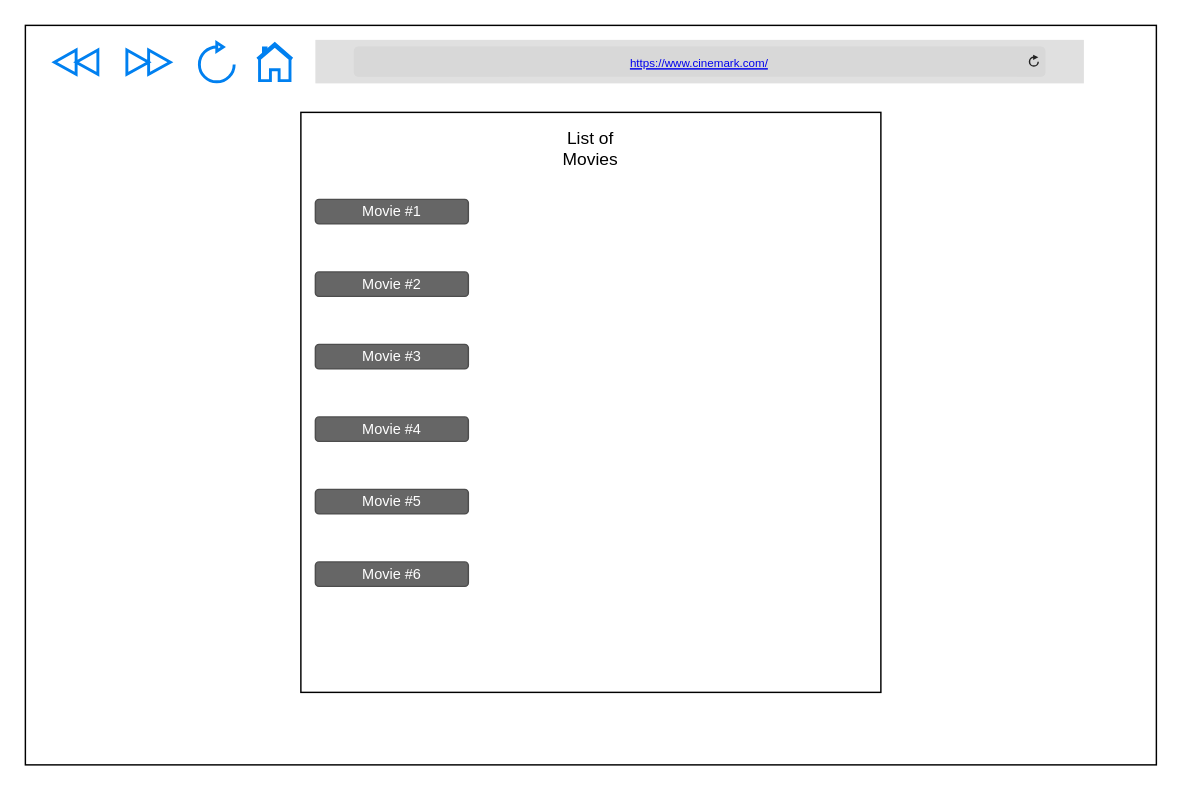
This is page "WireFrame for Movie App" (2 of 2) of HW 1 Use Case Movie App.drawio from Vicapone/Web-Based-Applications, a draw.io file, before an edit. Source tidied: cells renumbered, new cells numbered last; positions are measured from the earlier drawing's top-left corner, leaving out a move shared by most shapes. Both pictures are drawn from the tidied source at 145%, with x=0, y=0 at pixel (25, 25).
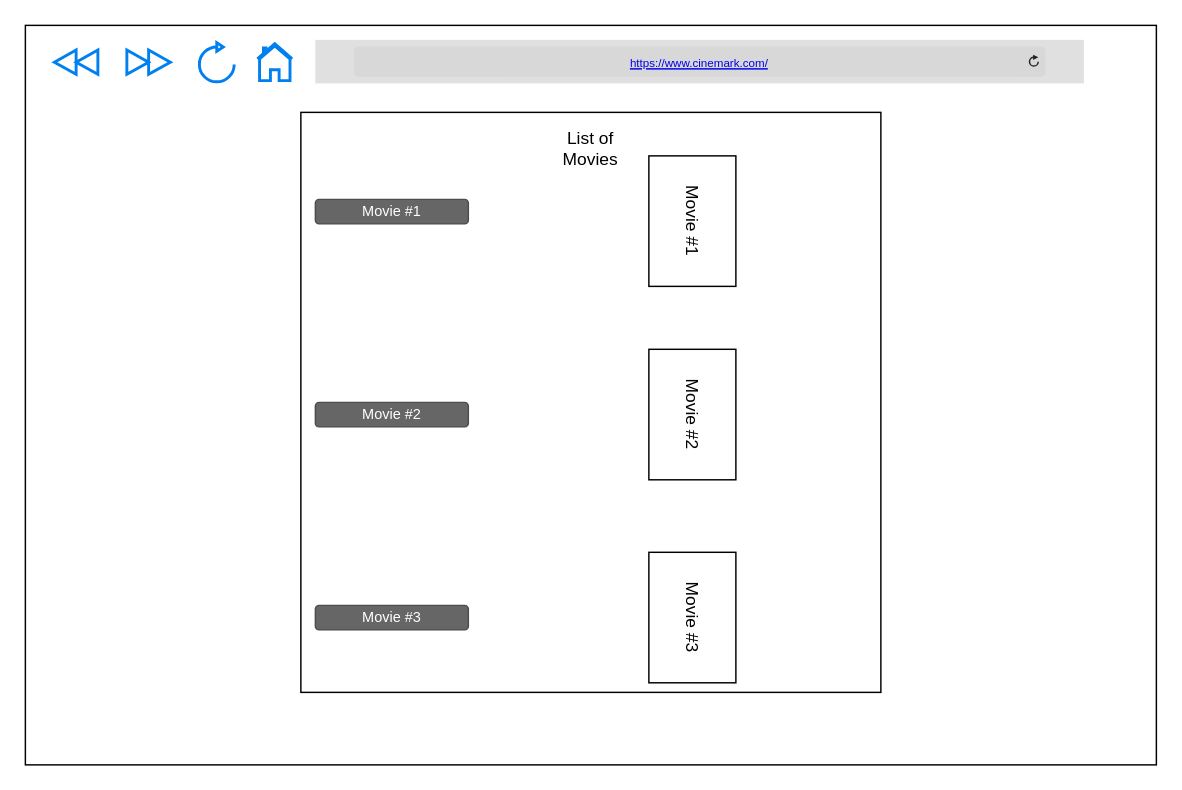
The same diagram, later.

The edit, as a diff of the source:
```diff
@@
 <mxGraphModel>
   <root>
     <mxCell id="0" />
     <mxCell id="1" parent="0" />
     <mxCell id="2" style="rounded=0;whiteSpace=wrap;html=1;" parent="1" vertex="1">
       <mxGeometry width="780" height="510" as="geometry" />
     </mxCell>
     <mxCell id="3" value="&lt;a href=&quot;https://www.cinemark.com/&quot;&gt;https://www.cinemark.com/&lt;/a&gt;" style="html=1;strokeWidth=1;shadow=0;dashed=0;shape=mxgraph.ios7ui.url;fillColor=#e0e0e0;strokeColor=#c0c0c0;buttonText=;strokeColor2=#222222;fontColor=#222222;fontSize=8;spacingTop=2;align=center;whiteSpace=wrap;" parent="1" vertex="1">
       <mxGeometry x="200" y="10" width="530" height="30" as="geometry" />
     </mxCell>
     <mxCell id="4" style="html=1;verticalLabelPosition=bottom;align=center;labelBackgroundColor=#ffffff;verticalAlign=top;strokeWidth=2;strokeColor=#0080F0;shadow=0;dashed=0;shape=mxgraph.ios7.icons.home;" parent="1" vertex="1">
       <mxGeometry x="160" y="12.6" width="24" height="25.5" as="geometry" />
     </mxCell>
     <mxCell id="5" style="html=1;verticalLabelPosition=bottom;align=center;labelBackgroundColor=#ffffff;verticalAlign=top;strokeWidth=2;strokeColor=#0080F0;shadow=0;dashed=0;shape=mxgraph.ios7.icons.reload;" parent="1" vertex="1">
       <mxGeometry x="120" y="11.9" width="24" height="27" as="geometry" />
     </mxCell>
     <mxCell id="6" style="html=1;verticalLabelPosition=bottom;align=center;labelBackgroundColor=#ffffff;verticalAlign=top;strokeWidth=2;strokeColor=#0080F0;shadow=0;dashed=0;shape=mxgraph.ios7.icons.forward;" parent="1" vertex="1">
       <mxGeometry x="70" y="17" width="30" height="16.8" as="geometry" />
     </mxCell>
     <mxCell id="7" style="html=1;verticalLabelPosition=bottom;align=center;labelBackgroundColor=#ffffff;verticalAlign=top;strokeWidth=2;strokeColor=#0080F0;shadow=0;dashed=0;shape=mxgraph.ios7.icons.backward;" parent="1" vertex="1">
       <mxGeometry x="20" y="17" width="30" height="16.8" as="geometry" />
     </mxCell>
     <mxCell id="8" style="whiteSpace=wrap;html=1;" parent="1" vertex="1">
       <mxGeometry x="190" y="60" width="400" height="400" as="geometry" />
     </mxCell>
     <mxCell id="9" value="List of Movies" style="text;html=1;strokeColor=none;fillColor=none;align=center;verticalAlign=middle;whiteSpace=wrap;rounded=0;" parent="1" vertex="1">
       <mxGeometry x="360" y="70" width="60" height="30" as="geometry" />
     </mxCell>
     <mxCell id="10" value="Movie #1" style="rounded=1;html=1;shadow=0;dashed=0;whiteSpace=wrap;fontSize=10;fillColor=#666666;align=center;strokeColor=#4D4D4D;fontColor=#ffffff;" parent="1" vertex="1">
       <mxGeometry x="200" y="120" width="105.5" height="16.9" as="geometry" />
     </mxCell>
     <mxCell id="11" value="Movie #2" style="rounded=1;html=1;shadow=0;dashed=0;whiteSpace=wrap;fontSize=10;fillColor=#666666;align=center;strokeColor=#4D4D4D;fontColor=#ffffff;" parent="1" vertex="1">
-      <mxGeometry x="200" y="170" width="105.5" height="16.9" as="geometry" />
+      <mxGeometry x="200" y="260" width="105.5" height="16.9" as="geometry" />
     </mxCell>
     <mxCell id="12" value="Movie #3" style="rounded=1;html=1;shadow=0;dashed=0;whiteSpace=wrap;fontSize=10;fillColor=#666666;align=center;strokeColor=#4D4D4D;fontColor=#ffffff;" parent="1" vertex="1">
-      <mxGeometry x="200" y="220" width="105.5" height="16.9" as="geometry" />
+      <mxGeometry x="200" y="400" width="105.5" height="16.9" as="geometry" />
     </mxCell>
-    <mxCell id="13" value="Movie #4" style="rounded=1;html=1;shadow=0;dashed=0;whiteSpace=wrap;fontSize=10;fillColor=#666666;align=center;strokeColor=#4D4D4D;fontColor=#ffffff;" parent="1" vertex="1">
-      <mxGeometry x="200" y="270" width="105.5" height="16.9" as="geometry" />
-    </mxCell>
-    <mxCell id="14" value="Movie #5" style="rounded=1;html=1;shadow=0;dashed=0;whiteSpace=wrap;fontSize=10;fillColor=#666666;align=center;strokeColor=#4D4D4D;fontColor=#ffffff;" parent="1" vertex="1">
-      <mxGeometry x="200" y="320" width="105.5" height="16.9" as="geometry" />
-    </mxCell>
-    <mxCell id="15" value="Movie #6" style="rounded=1;html=1;shadow=0;dashed=0;whiteSpace=wrap;fontSize=10;fillColor=#666666;align=center;strokeColor=#4D4D4D;fontColor=#ffffff;" parent="1" vertex="1">
-      <mxGeometry x="200" y="370" width="105.5" height="16.9" as="geometry" />
-    </mxCell>
+    <mxCell id="16" value="Movie #1" style="rounded=0;whiteSpace=wrap;html=1;rotation=90;" parent="1" vertex="1">
+      <mxGeometry x="415" y="105" width="90" height="60" as="geometry" />
+    </mxCell>
+    <mxCell id="17" value="Movie #2" style="rounded=0;whiteSpace=wrap;html=1;rotation=90;" parent="1" vertex="1">
+      <mxGeometry x="415" y="238.4" width="90" height="60" as="geometry" />
+    </mxCell>
+    <mxCell id="18" value="Movie #3" style="rounded=0;whiteSpace=wrap;html=1;rotation=90;" parent="1" vertex="1">
+      <mxGeometry x="415" y="378.4" width="90" height="60" as="geometry" />
+    </mxCell>
   </root>
 </mxGraphModel>
```
